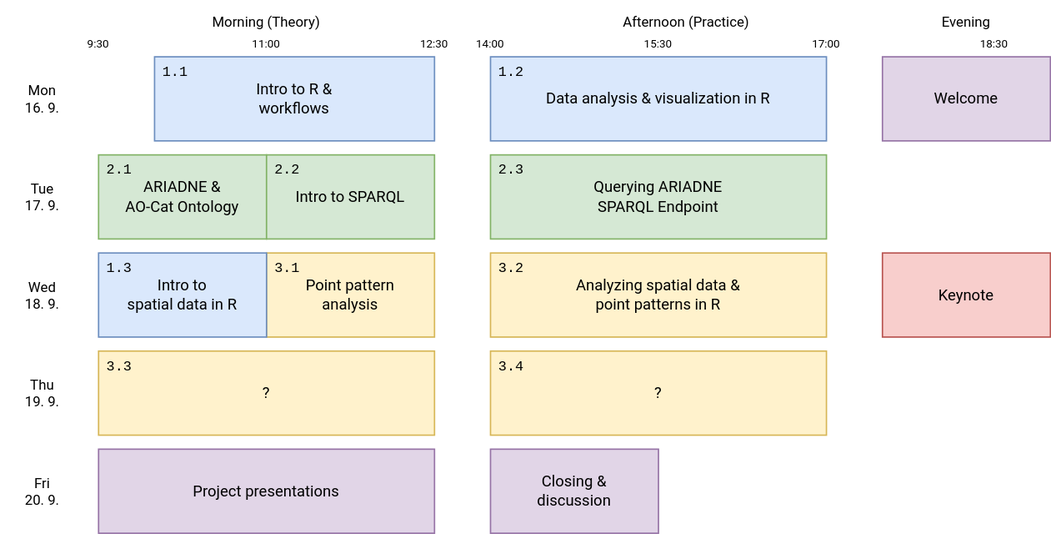
The draw.io diagram figs/atrium_programme.svg in petrpajdla/atRium, before a commit. Source tidied: cells renumbered, new cells last; positions are measured from the earlier drawing's top-left corner, leaving out a move shared by most shapes.
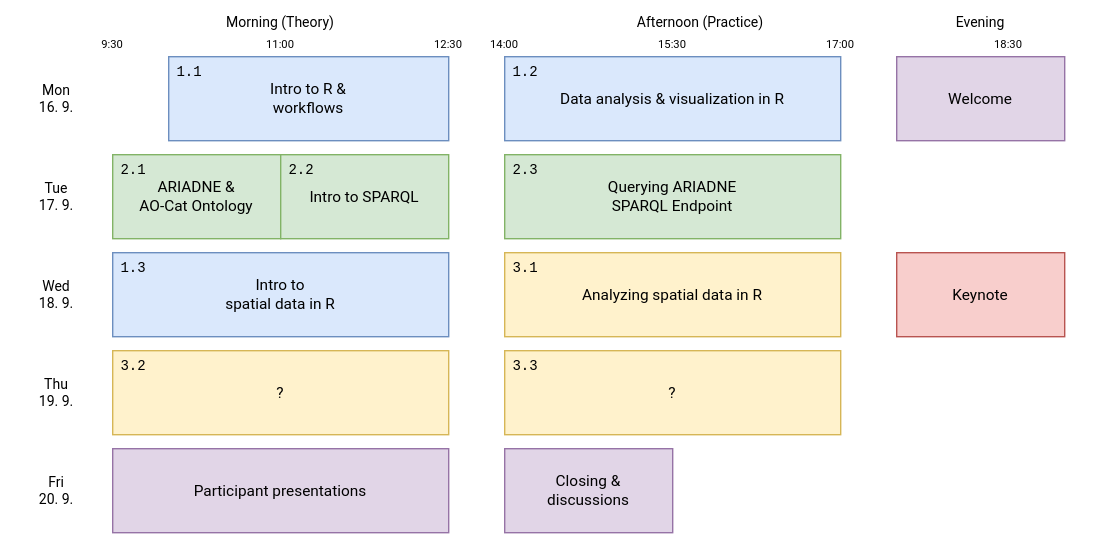
Above is the later version.

Change to the diagram source:
```diff
@@ -35,16 +35,13 @@
     <mxCell id="12" value="?" style="rounded=0;whiteSpace=wrap;html=1;fontFamily=Roboto;fontSource=https%3A%2F%2Ffonts.googleapis.com%2Fcss%3Ffamily%3DRoboto;fontSize=11;fillColor=#fff2cc;strokeColor=#d6b656;" parent="1" vertex="1">
       <mxGeometry x="70" y="250" width="240" height="60" as="geometry" />
     </mxCell>
-    <mxCell id="13" value="Analyzing spatial data &amp;amp; &lt;br&gt;point patterns in R" style="rounded=0;whiteSpace=wrap;html=1;fontFamily=Roboto;fontSource=https%3A%2F%2Ffonts.googleapis.com%2Fcss%3Ffamily%3DRoboto;fontSize=11;fillColor=#fff2cc;strokeColor=#d6b656;" parent="1" vertex="1">
+    <mxCell id="13" value="Analyzing spatial data in R" style="rounded=0;whiteSpace=wrap;html=1;fontFamily=Roboto;fontSource=https%3A%2F%2Ffonts.googleapis.com%2Fcss%3Ffamily%3DRoboto;fontSize=11;fillColor=#fff2cc;strokeColor=#d6b656;" parent="1" vertex="1">
       <mxGeometry x="350" y="180" width="240" height="60" as="geometry" />
     </mxCell>
-    <mxCell id="14" value="Point pattern&lt;br&gt;analysis" style="rounded=0;whiteSpace=wrap;html=1;fontFamily=Roboto;fontSource=https%3A%2F%2Ffonts.googleapis.com%2Fcss%3Ffamily%3DRoboto;fontSize=11;fillColor=#fff2cc;strokeColor=#d6b656;" parent="1" vertex="1">
-      <mxGeometry x="190" y="180" width="120" height="60" as="geometry" />
-    </mxCell>
     <mxCell id="15" value="?" style="rounded=0;whiteSpace=wrap;html=1;fontFamily=Roboto;fontSource=https%3A%2F%2Ffonts.googleapis.com%2Fcss%3Ffamily%3DRoboto;fontSize=11;fillColor=#fff2cc;strokeColor=#d6b656;" parent="1" vertex="1">
       <mxGeometry x="350" y="250" width="240" height="60" as="geometry" />
     </mxCell>
-    <mxCell id="16" value="Closing &amp;amp; &lt;br&gt;discussion" style="rounded=0;whiteSpace=wrap;html=1;fontFamily=Roboto;fontSource=https%3A%2F%2Ffonts.googleapis.com%2Fcss%3Ffamily%3DRoboto;fontSize=11;fillColor=#e1d5e7;strokeColor=#9673a6;" parent="1" vertex="1">
+    <mxCell id="16" value="Closing &amp;amp; &lt;br&gt;discussions" style="rounded=0;whiteSpace=wrap;html=1;fontFamily=Roboto;fontSource=https%3A%2F%2Ffonts.googleapis.com%2Fcss%3Ffamily%3DRoboto;fontSize=11;fillColor=#e1d5e7;strokeColor=#9673a6;" parent="1" vertex="1">
       <mxGeometry x="350" y="320" width="120" height="60" as="geometry" />
     </mxCell>
     <mxCell id="17" value="&lt;font style=&quot;font-size: 8px;&quot;&gt;9:30&lt;/font&gt;" style="text;html=1;strokeColor=none;fillColor=none;align=center;verticalAlign=middle;whiteSpace=wrap;rounded=0;fontFamily=Roboto;fontSource=https%3A%2F%2Ffonts.googleapis.com%2Fcss%3Ffamily%3DRoboto;" parent="1" vertex="1">
@@ -84,9 +81,9 @@
       <mxGeometry x="350" y="40" width="240" height="60" as="geometry" />
     </mxCell>
     <mxCell id="29" value="Intro to &lt;br&gt;spatial data in R" style="rounded=0;whiteSpace=wrap;html=1;fillColor=#dae8fc;strokeColor=#6c8ebf;fontFamily=Roboto;fontSource=https%3A%2F%2Ffonts.googleapis.com%2Fcss%3Ffamily%3DRoboto;fontSize=11;" parent="1" vertex="1">
-      <mxGeometry x="70" y="180" width="120" height="60" as="geometry" />
+      <mxGeometry x="70" y="180" width="240" height="60" as="geometry" />
     </mxCell>
-    <mxCell id="30" value="Project presentations " style="rounded=0;whiteSpace=wrap;html=1;fontFamily=Roboto;fontSource=https%3A%2F%2Ffonts.googleapis.com%2Fcss%3Ffamily%3DRoboto;fontSize=11;fillColor=#e1d5e7;strokeColor=#9673a6;" parent="1" vertex="1">
+    <mxCell id="30" value="Participant presentations " style="rounded=0;whiteSpace=wrap;html=1;fontFamily=Roboto;fontSource=https%3A%2F%2Ffonts.googleapis.com%2Fcss%3Ffamily%3DRoboto;fontSize=11;fillColor=#e1d5e7;strokeColor=#9673a6;" parent="1" vertex="1">
       <mxGeometry x="70" y="320" width="240" height="60" as="geometry" />
     </mxCell>
     <mxCell id="31" value="&lt;font style=&quot;font-size: 10px;&quot; face=&quot;Courier New&quot;&gt;1.1&lt;/font&gt;" style="text;html=1;align=center;verticalAlign=middle;whiteSpace=wrap;rounded=0;" parent="1" vertex="1">
@@ -107,16 +104,13 @@
     <mxCell id="36" value="&lt;font style=&quot;font-size: 10px;&quot; face=&quot;Courier New&quot;&gt;2.3&lt;/font&gt;" style="text;html=1;align=center;verticalAlign=middle;whiteSpace=wrap;rounded=0;" parent="1" vertex="1">
       <mxGeometry x="350" y="110" width="30" height="20" as="geometry" />
     </mxCell>
-    <mxCell id="37" value="&lt;font style=&quot;font-size: 10px;&quot; face=&quot;Courier New&quot;&gt;3.1&lt;/font&gt;" style="text;html=1;align=center;verticalAlign=middle;whiteSpace=wrap;rounded=0;" parent="1" vertex="1">
-      <mxGeometry x="190" y="180" width="30" height="20" as="geometry" />
-    </mxCell>
-    <mxCell id="38" value="&lt;font style=&quot;font-size: 10px;&quot; face=&quot;Courier New&quot;&gt;3.2&lt;/font&gt;" style="text;html=1;align=center;verticalAlign=middle;whiteSpace=wrap;rounded=0;" parent="1" vertex="1">
+    <mxCell id="38" value="&lt;font style=&quot;font-size: 10px;&quot; face=&quot;Courier New&quot;&gt;3.1&lt;/font&gt;" style="text;html=1;align=center;verticalAlign=middle;whiteSpace=wrap;rounded=0;" parent="1" vertex="1">
       <mxGeometry x="350" y="180" width="30" height="20" as="geometry" />
     </mxCell>
-    <mxCell id="39" value="&lt;font style=&quot;font-size: 10px;&quot; face=&quot;Courier New&quot;&gt;3.3&lt;/font&gt;" style="text;html=1;align=center;verticalAlign=middle;whiteSpace=wrap;rounded=0;" parent="1" vertex="1">
+    <mxCell id="39" value="&lt;font style=&quot;font-size: 10px;&quot; face=&quot;Courier New&quot;&gt;3.2&lt;/font&gt;" style="text;html=1;align=center;verticalAlign=middle;whiteSpace=wrap;rounded=0;" parent="1" vertex="1">
       <mxGeometry x="70" y="250" width="30" height="20" as="geometry" />
     </mxCell>
-    <mxCell id="40" value="&lt;font style=&quot;font-size: 10px;&quot; face=&quot;Courier New&quot;&gt;3.4&lt;/font&gt;" style="text;html=1;align=center;verticalAlign=middle;whiteSpace=wrap;rounded=0;" parent="1" vertex="1">
+    <mxCell id="40" value="&lt;font style=&quot;font-size: 10px;&quot; face=&quot;Courier New&quot;&gt;3.3&lt;/font&gt;" style="text;html=1;align=center;verticalAlign=middle;whiteSpace=wrap;rounded=0;" parent="1" vertex="1">
       <mxGeometry x="350" y="250" width="30" height="20" as="geometry" />
     </mxCell>
   </root>
```
